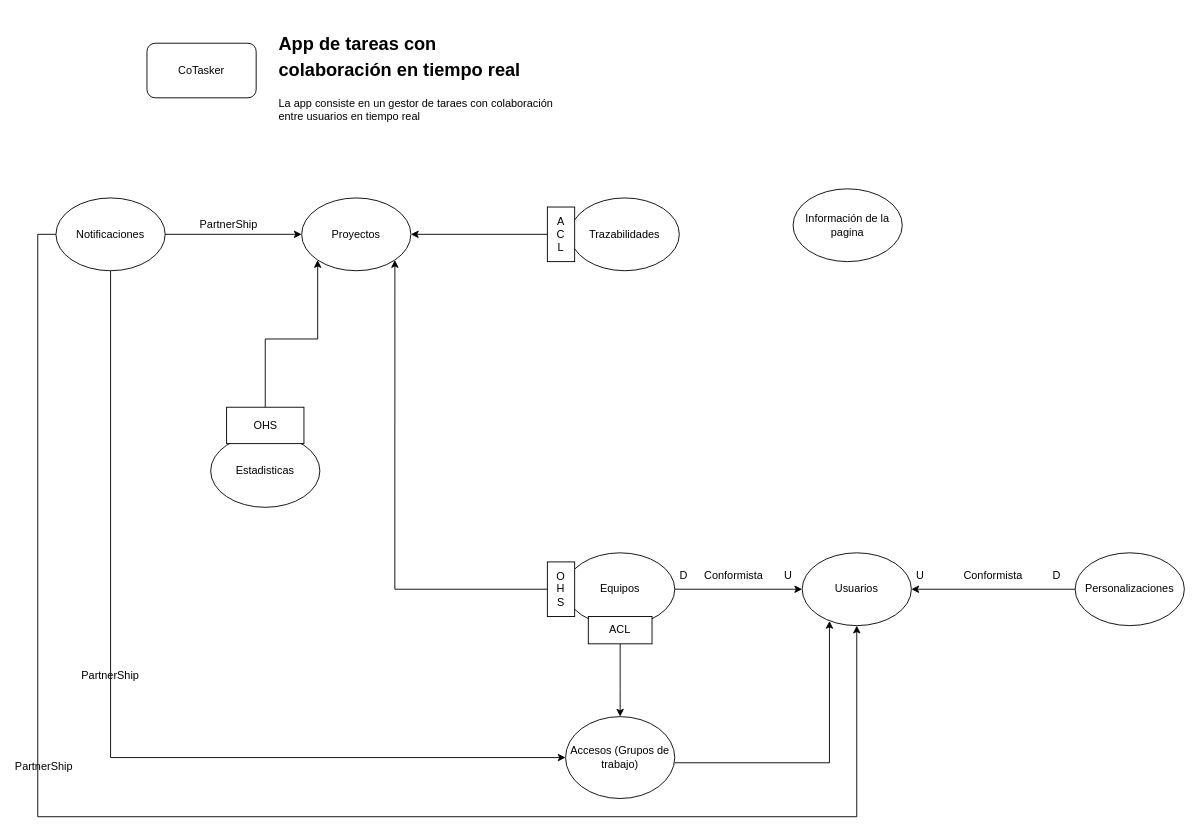
Migue1409-KP/DOO-working-group keeps this draw.io diagram as page "BoundedContext" (2 of 13) of CoTasker_BoundedContext.drawio. Above is the earlier version. Source tidied: cells renumbered, new cells numbered last; positions are measured from the earlier drawing's top-left corner, leaving out a move shared by most shapes. Both pictures are drawn from the tidied source at 91%, with x=0, y=0 at pixel (16, 25).
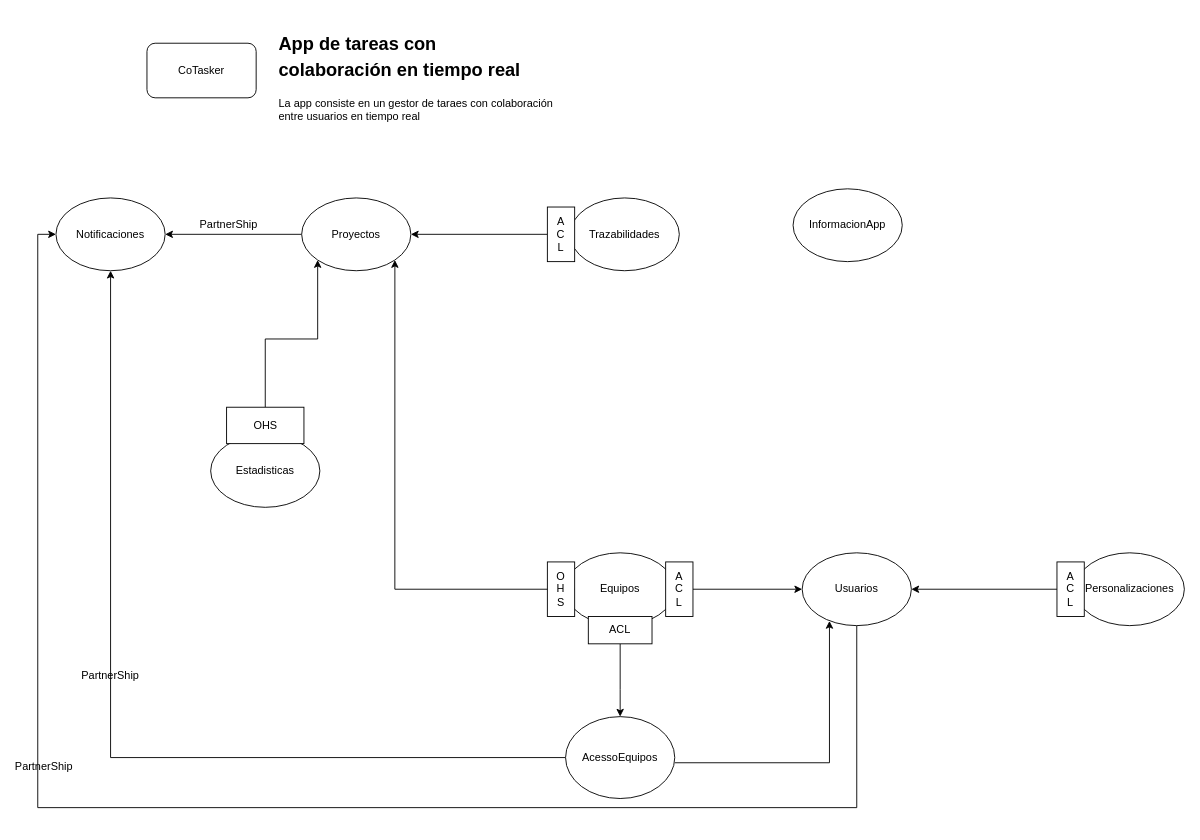
The same page after the edit.

Unchanged cells that the change refers to:
```xml
<mxCell id="5" value="Equipos" style="ellipse;whiteSpace=wrap;html=1;" parent="1" vertex="1">
  <mxGeometry x="603" y="580" width="120" height="80" as="geometry" />
</mxCell>
<mxCell id="6" value="Usuarios" style="ellipse;whiteSpace=wrap;html=1;" parent="1" vertex="1">
  <mxGeometry x="863" y="580" width="120" height="80" as="geometry" />
</mxCell>
<mxCell id="8" value="Proyectos" style="ellipse;whiteSpace=wrap;html=1;" parent="1" vertex="1">
  <mxGeometry x="313" y="190" width="120" height="80" as="geometry" />
</mxCell>
<mxCell id="10" value="Personalizaciones" style="ellipse;whiteSpace=wrap;html=1;" parent="1" vertex="1">
  <mxGeometry x="1163" y="580" width="120" height="80" as="geometry" />
</mxCell>
<mxCell id="16" value="Notificaciones" style="ellipse;whiteSpace=wrap;html=1;" parent="1" vertex="1">
  <mxGeometry x="43" y="190" width="120" height="80" as="geometry" />
</mxCell>
```

What changed in the source:
```diff
@@
-    <mxCell id="2" value="Información de la pagina" style="ellipse;whiteSpace=wrap;html=1;" parent="1" vertex="1">
+    <mxCell id="2" value="InformacionApp" style="ellipse;whiteSpace=wrap;html=1;" parent="1" vertex="1">
       <mxGeometry x="853" y="180" width="120" height="80" as="geometry" />
     </mxCell>
@@
-    <mxCell id="4" style="edgeStyle=orthogonalEdgeStyle;rounded=0;jettySize=auto;html=1;exitX=1;exitY=0.5;exitDx=0;exitDy=0;entryX=0;entryY=0.5;entryDx=0;entryDy=0;" parent="1" edge="1" source="5" target="6">
-      <mxGeometry relative="1" as="geometry">
-        <Array as="points">
-          <mxPoint x="843" y="620" />
-        </Array>
-      </mxGeometry>
-    </mxCell>
@@
+    <mxCell id="38" style="edgeStyle=orthogonalEdgeStyle;rounded=0;jettySize=auto;html=1;" parent="1" edge="1" source="6" target="16">
+      <mxGeometry relative="1" as="geometry">
+        <Array as="points">
+          <mxPoint x="923" y="860" />
+          <mxPoint x="23" y="860" />
+          <mxPoint x="23" y="230" />
+        </Array>
+      </mxGeometry>
+    </mxCell>
@@
+    <mxCell id="39" style="edgeStyle=orthogonalEdgeStyle;rounded=0;jettySize=auto;html=1;" parent="1" edge="1" source="8" target="16">
+      <mxGeometry relative="1" as="geometry" />
+    </mxCell>
@@
-    <mxCell id="9" style="edgeStyle=orthogonalEdgeStyle;rounded=0;jettySize=auto;html=1;" parent="1" edge="1" source="10" target="6">
-      <mxGeometry relative="1" as="geometry" />
-    </mxCell>
@@
+    <mxCell id="40" style="edgeStyle=orthogonalEdgeStyle;rounded=0;jettySize=auto;html=1;" parent="1" edge="1" source="13" target="16">
+      <mxGeometry relative="1" as="geometry" />
+    </mxCell>
-    <mxCell id="13" value="Accesos (Grupos de trabajo)" style="ellipse;whiteSpace=wrap;html=1;" parent="1" vertex="1">
+    <mxCell id="13" value="AcessoEquipos" style="ellipse;whiteSpace=wrap;html=1;" parent="1" vertex="1">
       <mxGeometry x="603" y="760" width="120" height="90" as="geometry" />
     </mxCell>
-    <mxCell id="14" style="edgeStyle=orthogonalEdgeStyle;rounded=0;jettySize=auto;html=1;exitX=0.5;exitY=1;exitDx=0;exitDy=0;entryX=0;entryY=0.5;entryDx=0;entryDy=0;" parent="1" edge="1" source="16" target="13">
-      <mxGeometry relative="1" as="geometry">
-        <Array as="points">
-          <mxPoint x="103" y="805" />
-        </Array>
-      </mxGeometry>
-    </mxCell>
-    <mxCell id="15" style="edgeStyle=orthogonalEdgeStyle;rounded=0;jettySize=auto;html=1;exitX=0;exitY=0.5;exitDx=0;exitDy=0;entryX=0.5;entryY=1;entryDx=0;entryDy=0;" parent="1" edge="1" source="16" target="6">
-      <mxGeometry relative="1" as="geometry">
-        <Array as="points">
-          <mxPoint x="23" y="230" />
-          <mxPoint x="23" y="870" />
-          <mxPoint x="923" y="870" />
-        </Array>
-      </mxGeometry>
-    </mxCell>
@@
-    <mxCell id="21" style="edgeStyle=orthogonalEdgeStyle;rounded=0;jettySize=auto;html=1;entryX=0;entryY=0.5;entryDx=0;entryDy=0;exitX=1;exitY=0.5;exitDx=0;exitDy=0;" parent="1" edge="1" source="16" target="8">
-      <mxGeometry relative="1" as="geometry" />
-    </mxCell>
@@
-    <mxCell id="24" value="Conformista" style="text;html=1;strokeColor=none;fillColor=none;align=center;verticalAlign=middle;whiteSpace=wrap;rounded=0;" parent="1" vertex="1">
-      <mxGeometry x="1043" y="590" width="60" height="30" as="geometry" />
-    </mxCell>
-    <mxCell id="25" value="D" style="text;html=1;strokeColor=none;fillColor=none;align=center;verticalAlign=middle;whiteSpace=wrap;rounded=0;" parent="1" vertex="1">
-      <mxGeometry x="1113" y="590" width="60" height="30" as="geometry" />
-    </mxCell>
-    <mxCell id="26" value="U" style="text;html=1;strokeColor=none;fillColor=none;align=center;verticalAlign=middle;whiteSpace=wrap;rounded=0;" parent="1" vertex="1">
-      <mxGeometry x="963" y="590" width="60" height="30" as="geometry" />
-    </mxCell>
@@
-    <mxCell id="32" value="Conformista" style="text;html=1;strokeColor=none;fillColor=none;align=center;verticalAlign=middle;whiteSpace=wrap;rounded=0;" parent="1" vertex="1">
-      <mxGeometry x="758" y="590" width="60" height="30" as="geometry" />
-    </mxCell>
-    <mxCell id="33" value="U" style="text;html=1;strokeColor=none;fillColor=none;align=center;verticalAlign=middle;whiteSpace=wrap;rounded=0;" parent="1" vertex="1">
-      <mxGeometry x="818" y="590" width="60" height="30" as="geometry" />
-    </mxCell>
@@
-    <mxCell id="35" value="D" style="text;html=1;strokeColor=none;fillColor=none;align=center;verticalAlign=middle;whiteSpace=wrap;rounded=0;" parent="1" vertex="1">
-      <mxGeometry x="703" y="590" width="60" height="30" as="geometry" />
-    </mxCell>
@@
+    <mxCell id="41" style="edgeStyle=orthogonalEdgeStyle;rounded=0;jettySize=auto;html=1;" parent="1" edge="1" source="42" target="6">
+      <mxGeometry relative="1" as="geometry" />
+    </mxCell>
+    <mxCell id="42" value="A&lt;br&gt;C&lt;br&gt;L" style="rounded=0;whiteSpace=wrap;html=1;" parent="1" vertex="1">
+      <mxGeometry x="713" y="590" width="30" height="60" as="geometry" />
+    </mxCell>
+    <mxCell id="43" style="edgeStyle=orthogonalEdgeStyle;rounded=0;jettySize=auto;html=1;" parent="1" edge="1" source="44" target="6">
+      <mxGeometry relative="1" as="geometry" />
+    </mxCell>
+    <mxCell id="44" value="A&lt;br&gt;C&lt;br&gt;L" style="rounded=0;whiteSpace=wrap;html=1;" parent="1" vertex="1">
+      <mxGeometry x="1143" y="590" width="30" height="60" as="geometry" />
+    </mxCell>
```
